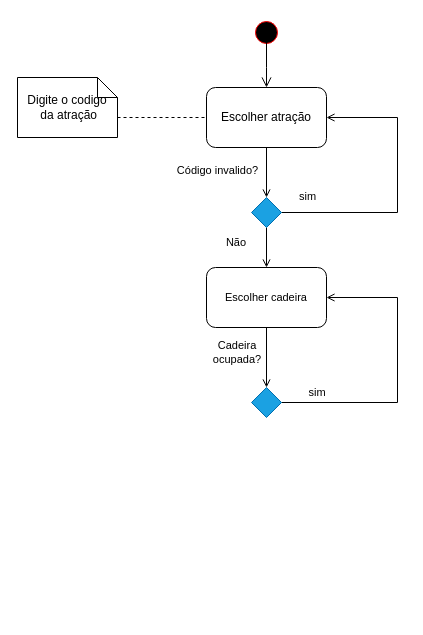
Above: Diagrama de atividade - Compra de ingressos.drawio in JudilenaGalvao/Projeto-POO (draw.io), before the change. Source tidied: cells renumbered, new cells numbered last; positions are measured from the earlier drawing's top-left corner, leaving out a move shared by most shapes. Both pictures are drawn from the tidied source at 100%, with x=0, y=0 at pixel (17, 17).
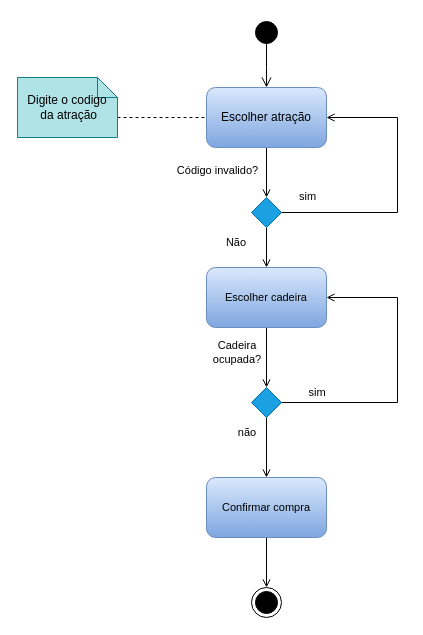
The same diagram, later.

Unchanged cells that the change refers to:
```xml
<mxCell id="17" style="rhombus;whiteSpace=wrap;html=1;fillColor=#1ba1e2;strokeColor=#006EAF;fontColor=#ffffff;" parent="1" vertex="1">
  <mxGeometry x="234" y="370" width="30" height="30" as="geometry" />
</mxCell>
```

What changed in the source:
```diff
@@
-    <mxCell id="2" style="ellipse;html=1;shape=startState;fillColor=#000000;strokeColor=#ff0000;" parent="1" vertex="1">
+    <mxCell id="2" style="ellipse;html=1;shape=startState;fillColor=#000000;strokeColor=#000000;" parent="1" vertex="1">
       <mxGeometry x="234" width="30" height="30" as="geometry" />
     </mxCell>
@@
-    <mxCell id="5" value="Escolher atração" style="rounded=1;whiteSpace=wrap;html=1;" parent="1" vertex="1">
+    <mxCell id="5" value="Escolher atração" style="rounded=1;whiteSpace=wrap;html=1;fillColor=#dae8fc;gradientColor=#7ea6e0;strokeColor=#6c8ebf;" parent="1" vertex="1">
       <mxGeometry x="189" y="70" width="120" height="60" as="geometry" />
     </mxCell>
@@
-    <mxCell id="10" value="Digite o codigo&lt;br style=&quot;border-color: var(--border-color);&quot;&gt;&lt;span style=&quot;&quot;&gt;&amp;nbsp;da atração&lt;/span&gt;" style="shape=note;size=20;whiteSpace=wrap;html=1;" parent="1" vertex="1">
+    <mxCell id="10" value="Digite o codigo&lt;br style=&quot;border-color: var(--border-color);&quot;&gt;&lt;span style=&quot;&quot;&gt;&amp;nbsp;da atração&lt;/span&gt;" style="shape=note;size=20;whiteSpace=wrap;html=1;fillColor=#b0e3e6;strokeColor=#0e8088;" parent="1" vertex="1">
       <mxGeometry y="60" width="100" height="60" as="geometry" />
     </mxCell>
@@
-    <mxCell id="14" value="Escolher cadeira" style="rounded=1;whiteSpace=wrap;html=1;fontFamily=Helvetica;fontSize=11;fontColor=default;fillColor=none;gradientColor=none;" parent="1" vertex="1">
+    <mxCell id="14" value="Escolher cadeira" style="rounded=1;whiteSpace=wrap;html=1;fontFamily=Helvetica;fontSize=11;fillColor=#dae8fc;gradientColor=#7ea6e0;strokeColor=#6c8ebf;" parent="1" vertex="1">
       <mxGeometry x="189" y="250" width="120" height="60" as="geometry" />
     </mxCell>
@@
+    <mxCell id="20" style="edgeStyle=orthogonalEdgeStyle;shape=connector;rounded=0;jettySize=auto;html=1;exitX=0.5;exitY=1;exitDx=0;exitDy=0;entryX=0.5;entryY=0;entryDx=0;entryDy=0;labelBackgroundColor=default;strokeColor=default;fontFamily=Helvetica;fontSize=11;fontColor=default;endArrow=open;endFill=0;" parent="1" edge="1" source="17" target="22">
+      <mxGeometry relative="1" as="geometry" />
+    </mxCell>
@@
+    <mxCell id="21" style="edgeStyle=orthogonalEdgeStyle;shape=connector;rounded=0;jettySize=auto;html=1;exitX=0.5;exitY=1;exitDx=0;exitDy=0;entryX=0.5;entryY=0;entryDx=0;entryDy=0;labelBackgroundColor=default;strokeColor=default;fontFamily=Helvetica;fontSize=11;fontColor=default;endArrow=open;endFill=0;" parent="1" edge="1" source="22" target="24">
+      <mxGeometry relative="1" as="geometry" />
+    </mxCell>
+    <mxCell id="22" value="Confirmar compra" style="rounded=1;whiteSpace=wrap;html=1;fontFamily=Helvetica;fontSize=11;fillColor=#dae8fc;gradientColor=#7ea6e0;strokeColor=#6c8ebf;" parent="1" vertex="1">
+      <mxGeometry x="189" y="460" width="120" height="60" as="geometry" />
+    </mxCell>
+    <mxCell id="23" value="não" style="text;html=1;strokeColor=none;fillColor=none;align=center;verticalAlign=middle;whiteSpace=wrap;rounded=0;fontSize=11;fontFamily=Helvetica;fontColor=default;" parent="1" vertex="1">
+      <mxGeometry x="200" y="400" width="60" height="30" as="geometry" />
+    </mxCell>
+    <mxCell id="24" style="ellipse;html=1;shape=endState;fillColor=#000000;strokeColor=#000000;fontFamily=Helvetica;fontSize=11;fontColor=default;" parent="1" vertex="1">
+      <mxGeometry x="234" y="570" width="30" height="30" as="geometry" />
+    </mxCell>
```
